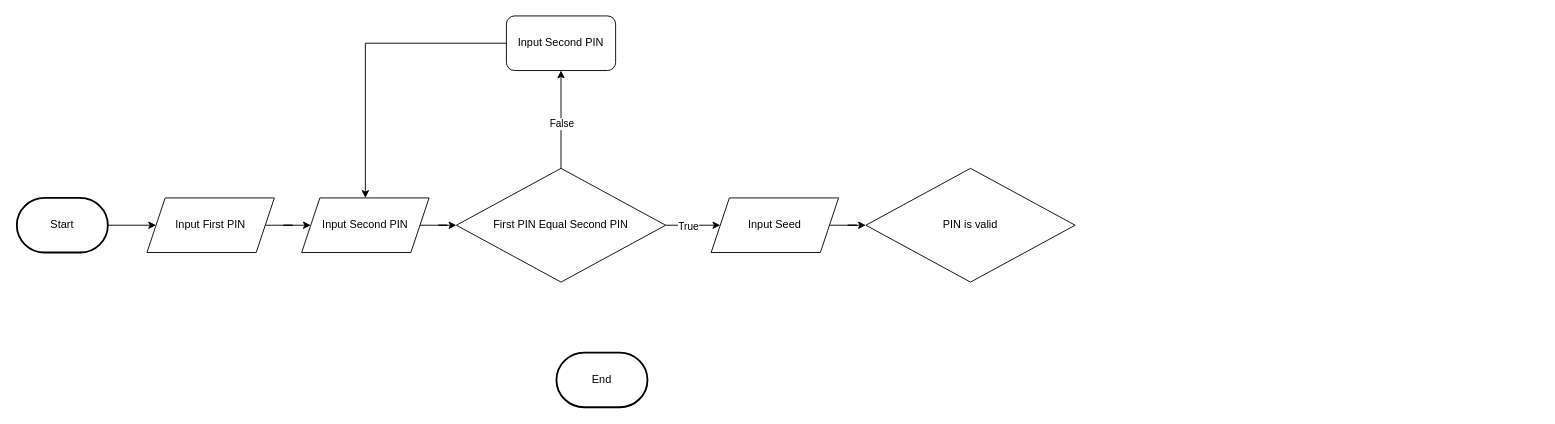
Above: DOCUMENTS/FLOW_CHART/Untitled Diagram.drawio in wadewilsonex/bitriel-wallet (draw.io), before the change. Source tidied: cells renumbered, new cells numbered last; positions are measured from the earlier drawing's top-left corner, leaving out a move shared by most shapes. Both pictures are drawn from the tidied source at 91%, with x=0, y=0 at pixel (16, 15).
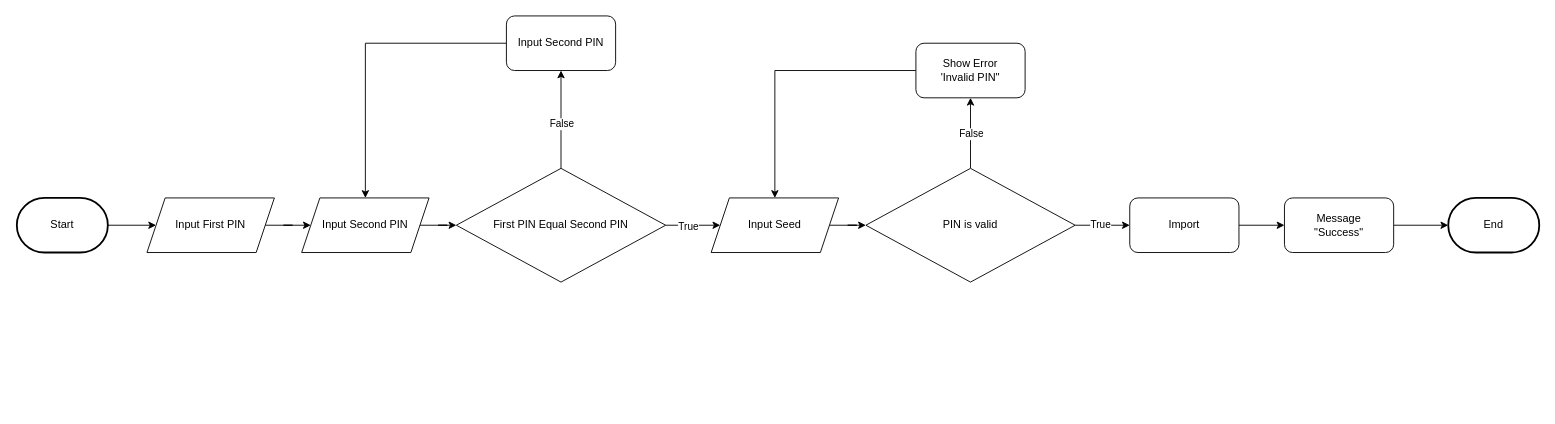
The same page after the edit.

Unchanged cells that the change refers to:
```xml
<mxCell id="12" value="PIN is valid" style="rhombus;whiteSpace=wrap;html=1;" parent="1" vertex="1">
  <mxGeometry x="933" y="167.5" width="230" height="125" as="geometry" />
</mxCell>
<mxCell id="18" value="Input Seed" style="shape=parallelogram;perimeter=parallelogramPerimeter;whiteSpace=wrap;html=1;fixedSize=1;" parent="1" vertex="1">
  <mxGeometry x="763" y="200" width="140" height="60" as="geometry" />
</mxCell>
```

What changed in the source:
```diff
@@
     <mxCell id="4" value="End" style="strokeWidth=2;html=1;shape=mxgraph.flowchart.terminator;whiteSpace=wrap;" parent="1" vertex="1">
-      <mxGeometry x="593" y="370" width="100" height="60" as="geometry" />
+      <mxGeometry x="1573" y="200" width="100" height="60" as="geometry" />
     </mxCell>
@@
+    <mxCell id="19" style="edgeStyle=orthogonalEdgeStyle;rounded=0;jettySize=auto;html=1;entryX=0;entryY=0.5;entryDx=0;entryDy=0;" parent="1" edge="1" source="12" target="24">
+      <mxGeometry relative="1" as="geometry" />
+    </mxCell>
+    <mxCell id="20" value="True" style="edgeLabel;html=1;align=center;verticalAlign=middle;" parent="19" vertex="1">
+      <mxGeometry x="-0.11" y="1" relative="1" as="geometry" />
+    </mxCell>
+    <mxCell id="21" style="edgeStyle=orthogonalEdgeStyle;rounded=0;jettySize=auto;html=1;entryX=0.5;entryY=1;entryDx=0;entryDy=0;" parent="1" edge="1" source="12" target="26">
+      <mxGeometry relative="1" as="geometry" />
+    </mxCell>
+    <mxCell id="22" value="False" style="edgeLabel;html=1;align=center;verticalAlign=middle;" parent="21" vertex="1">
+      <mxGeometry x="-0.03" relative="1" as="geometry" />
+    </mxCell>
@@
+    <mxCell id="23" style="edgeStyle=orthogonalEdgeStyle;rounded=0;jettySize=auto;html=1;entryX=0;entryY=0.5;entryDx=0;entryDy=0;" parent="1" edge="1" source="24" target="28">
+      <mxGeometry relative="1" as="geometry" />
+    </mxCell>
+    <mxCell id="24" value="Import" style="rounded=1;whiteSpace=wrap;html=1;" parent="1" vertex="1">
+      <mxGeometry x="1223" y="200" width="120" height="60" as="geometry" />
+    </mxCell>
+    <mxCell id="25" style="edgeStyle=orthogonalEdgeStyle;rounded=0;jettySize=auto;html=1;entryX=0.5;entryY=0;entryDx=0;entryDy=0;" parent="1" edge="1" source="26" target="18">
+      <mxGeometry relative="1" as="geometry" />
+    </mxCell>
+    <mxCell id="26" value="Show Error&lt;br&gt;'Invalid PIN&quot;" style="rounded=1;whiteSpace=wrap;html=1;" parent="1" vertex="1">
+      <mxGeometry x="988" y="30" width="120" height="60" as="geometry" />
+    </mxCell>
+    <mxCell id="27" style="edgeStyle=orthogonalEdgeStyle;rounded=0;jettySize=auto;html=1;entryX=0;entryY=0.5;entryDx=0;entryDy=0;entryPerimeter=0;" parent="1" edge="1" source="28" target="4">
+      <mxGeometry relative="1" as="geometry" />
+    </mxCell>
+    <mxCell id="28" value="Message&lt;br&gt;&quot;Success&quot;" style="rounded=1;whiteSpace=wrap;html=1;" parent="1" vertex="1">
+      <mxGeometry x="1393" y="200" width="120" height="60" as="geometry" />
+    </mxCell>
```
